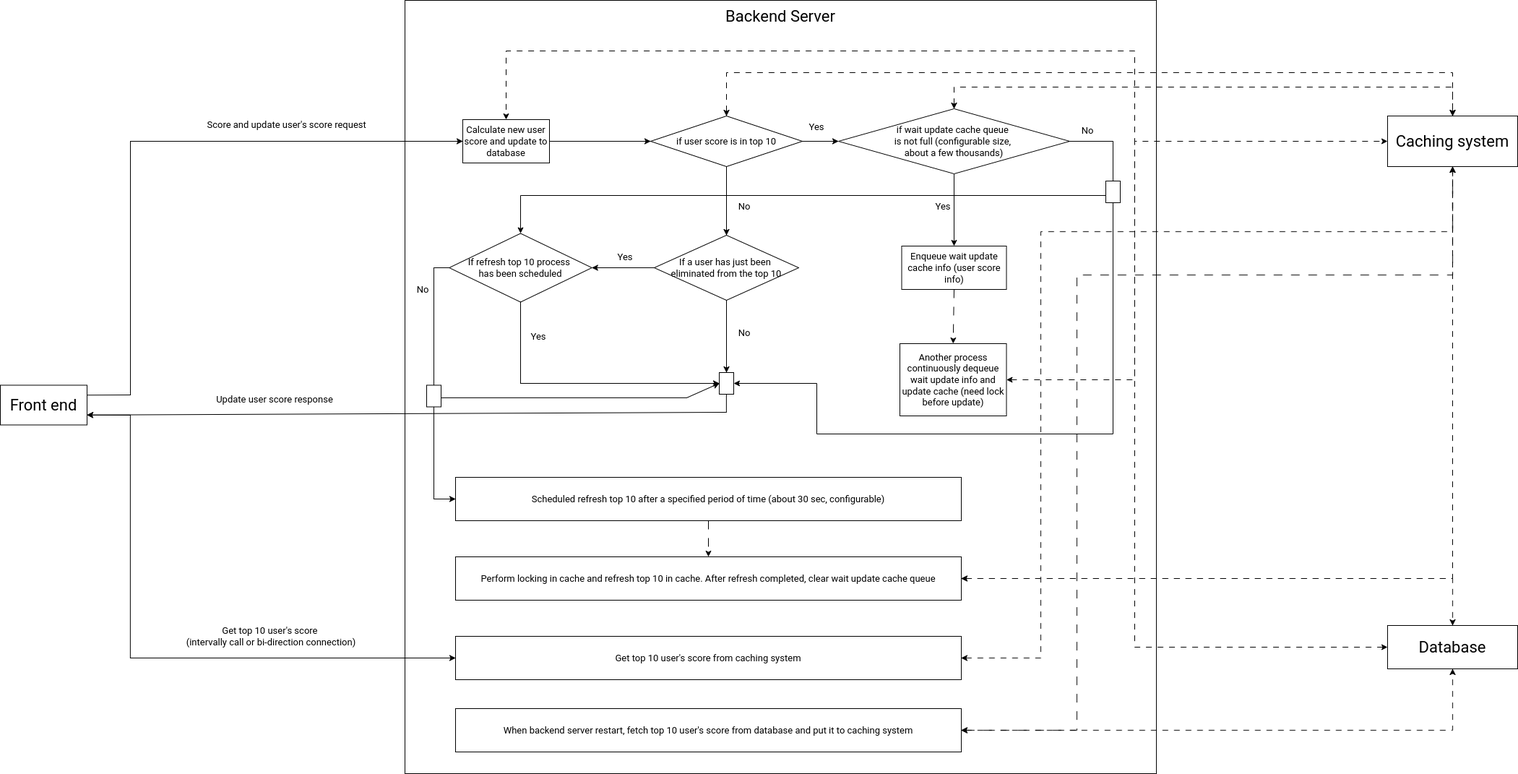
ltm11296/Le-Thanh-Minh keeps this draw.io diagram as architecture/score_module.png. Above is the earlier version. Source tidied: cells renumbered, new cells last; positions are measured from the earlier drawing's top-left corner, leaving out a move shared by most shapes.
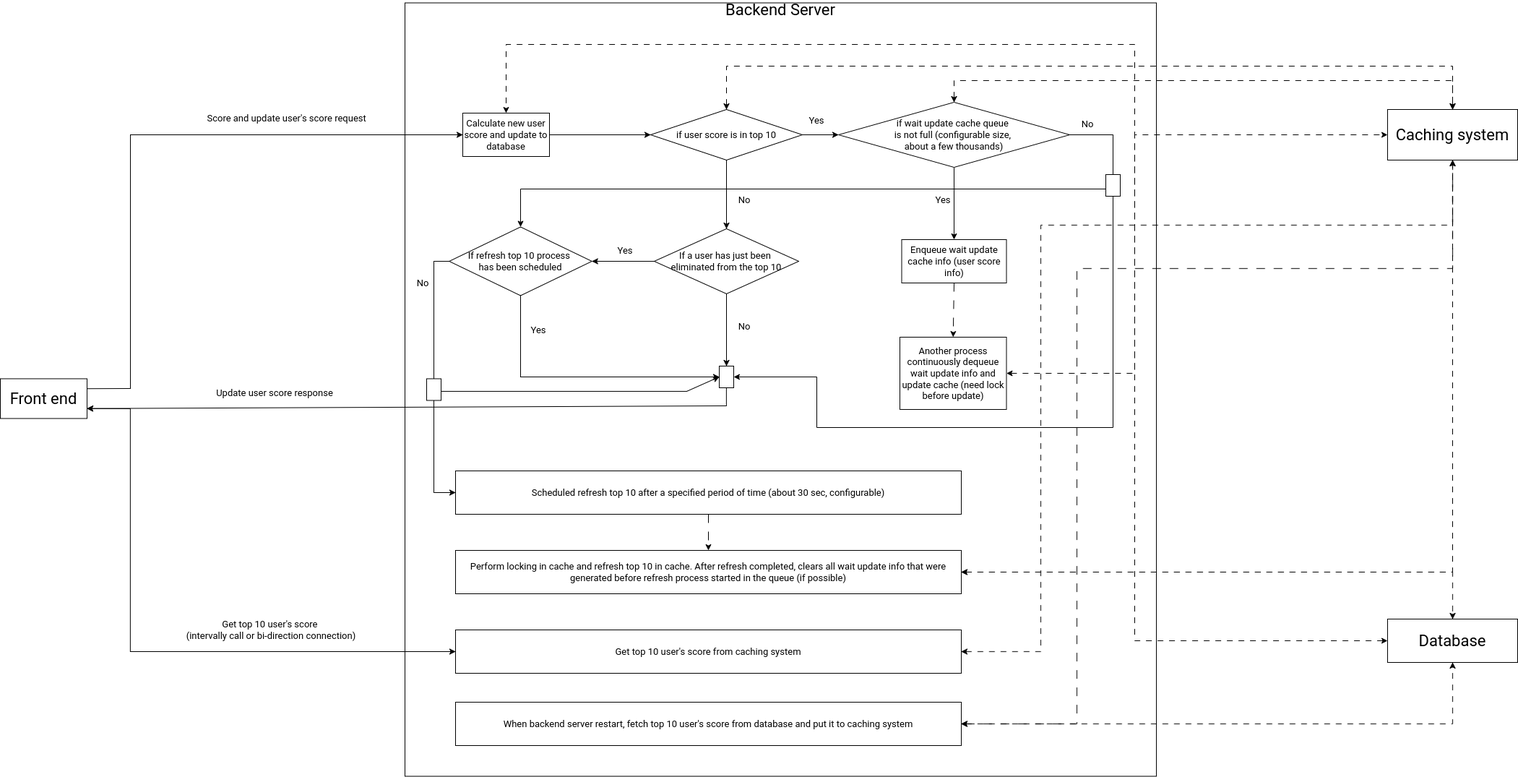
The same diagram one commit later.

Commit message:
Update score module flow diagram

Change to the diagram source:
```diff
@@ -3,7 +3,7 @@
     <mxCell id="0" />
     <mxCell id="1" parent="0" />
     <mxCell id="2" style="rounded=0;whiteSpace=wrap;html=1;fontSize=13;" parent="1" vertex="1">
-      <mxGeometry x="560" width="1040" height="1070" as="geometry" />
+      <mxGeometry x="560" y="12.5" width="1040" height="1070" as="geometry" />
     </mxCell>
     <mxCell id="3" value="&lt;div&gt;Backend Server&lt;/div&gt;&lt;div&gt;&lt;br&gt;&lt;/div&gt;" style="text;html=1;align=center;verticalAlign=middle;whiteSpace=wrap;rounded=0;fontSize=22;" parent="1" vertex="1">
       <mxGeometry x="985" y="20" width="190" height="30" as="geometry" />
@@ -189,7 +189,7 @@
         </Array>
       </mxGeometry>
     </mxCell>
-    <mxCell id="42" value="Perform locking in cache and refresh top 10 in cache. After refresh completed, clear wait update cache queue" style="rounded=0;whiteSpace=wrap;html=1;fontSize=13;" parent="1" vertex="1">
+    <mxCell id="42" value="Perform locking in cache and refresh top 10 in cache. After refresh completed, clears all wait update info that were generated before refresh process started in the queue (if possible)" style="rounded=0;whiteSpace=wrap;html=1;fontSize=13;" parent="1" vertex="1">
       <mxGeometry x="630" y="770" width="700" height="60" as="geometry" />
     </mxCell>
     <mxCell id="43" style="endArrow=classic;html=1;rounded=0;exitX=0.5;exitY=1;exitDx=0;exitDy=0;entryX=0.5;entryY=0;entryDx=0;entryDy=0;dashed=1;dashPattern=12 12;fontSize=13;" parent="1" edge="1" source="37" target="42">
```
